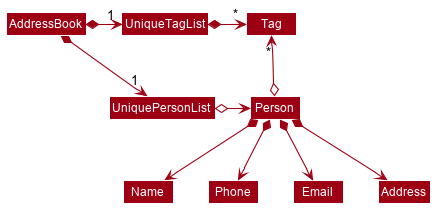
Above: docs/images/BetterModelClassDiagram.png in nus-cs2103-AY2021S2/tp (PlantUML), before the change.
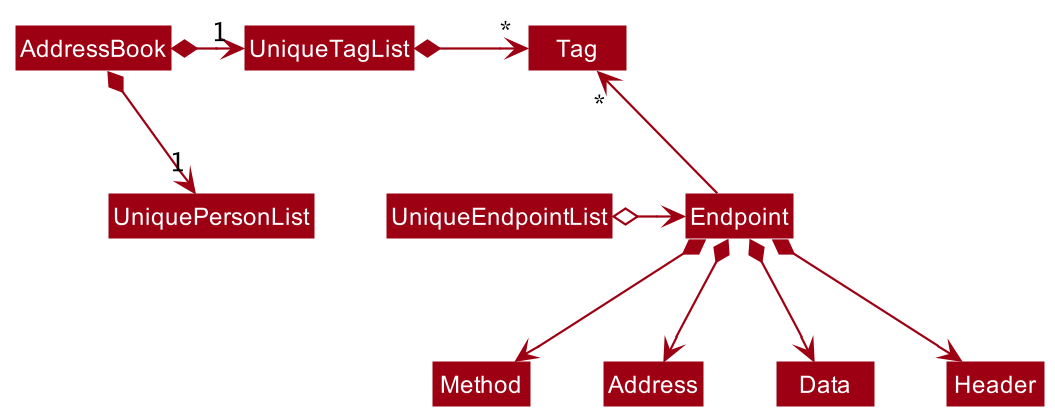
After the change.

The edit, as a diff of the source:
```diff
@@ -1,55 +1,8 @@
 @startuml
-
-
-
-
-
-
-
-
-skinparam BackgroundColor #FFFFFFF
-
-skinparam Shadowing false
-
-skinparam Class {
-    FontColor #FFFFFF
-    BorderThickness 1
-    BorderColor #FFFFFF
-    StereotypeFontColor #FFFFFF
-    FontName Arial
-}
-
-skinparam Actor {
-    BorderColor #000000
-    Color #000000
-    FontName Arial
-}
-
-skinparam Sequence {
-    MessageAlign center
-    BoxFontSize 15
-    BoxPadding 0
-    BoxFontColor #FFFFFF
-    FontName Arial
-}
-
-skinparam Participant {
-    FontColor #FFFFFFF
-    Padding 20
-}
-
-skinparam MinClassWidth 50
-skinparam ParticipantPadding 10
-skinparam Shadowing false
-skinparam DefaultTextAlignment center
-skinparam packageStyle Rectangle
-
-hide footbox
-hide members
-hide circle
+!include style.puml
 skinparam arrowThickness 1.1
-skinparam arrowColor #9D0012
-skinparam classBackgroundColor #9D0012
+skinparam arrowColor MODEL_COLOR
+skinparam classBackgroundColor MODEL_COLOR
 
 AddressBook *-right-> "1" UniquePersonList
 AddressBook *-right-> "1" UniqueTagList
@@ -57,12 +10,12 @@
 UniqueTagList -[hidden]down- UniquePersonList
 
 UniqueTagList *-right-> "*" Tag
-UniquePersonList o-right-> Person
+UniqueEndpointList o-right-> Endpoint
 
-Person o-up-> "*" Tag
+Endpoint -up-> "*" Tag
 
-Person *--> Name
-Person *--> Phone
-Person *--> Email
-Person *--> Address
+Endpoint *--> Method
+Endpoint *--> Address
+Endpoint *--> Data
+Endpoint *--> Header
 @enduml
```
